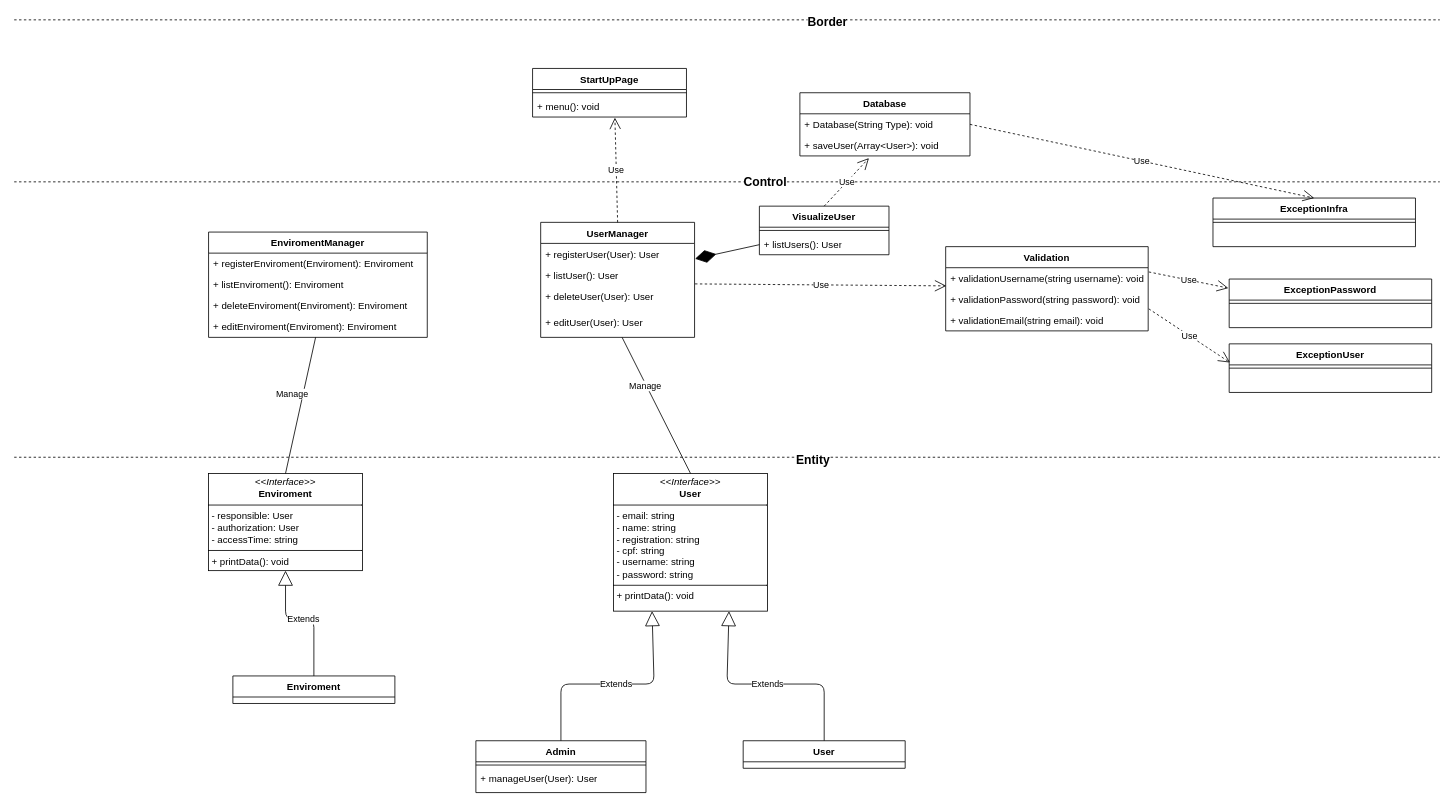
The draw.io diagram diagramas/Diagrama de Classe.drawio in thiagobonfim0310/SmartLock, before the edit. Source tidied: cells renumbered, new cells numbered last; positions are measured from the earlier drawing's top-left corner, leaving out a move shared by most shapes. Both pictures are drawn from the tidied source at 81%, with x=0, y=0 at pixel (14, 19).
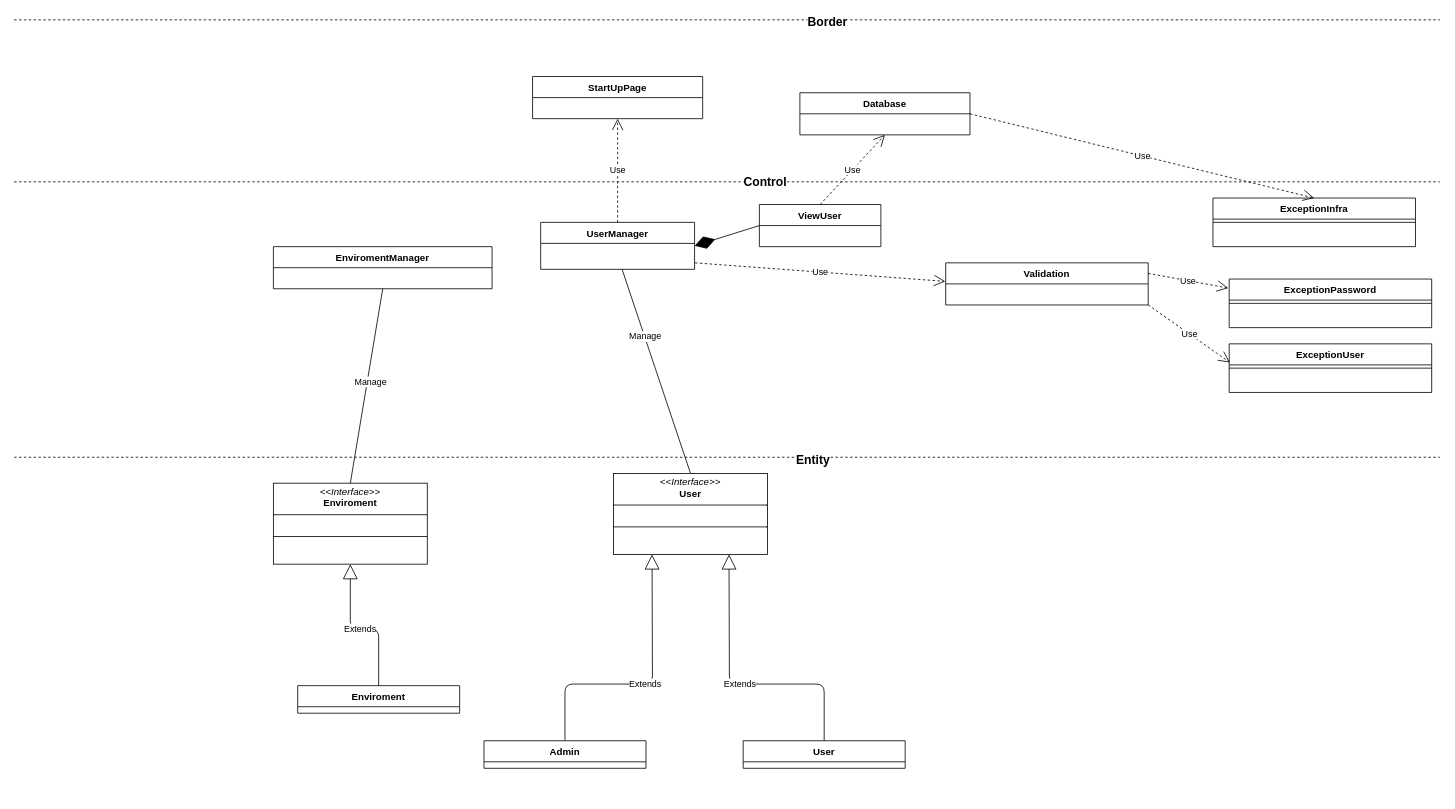
Above is the later version.

Commit message (it also covers changes not shown here):
Atualização dos diagramas de classe e casos de uso

Unchanged cells that the change refers to:
```xml
<mxCell id="14" value="User" style="swimlane;fontStyle=1;align=center;verticalAlign=top;horizontal=1;startSize=26;whiteSpace=wrap;html=1;" parent="1" vertex="1">
  <mxGeometry x="900" y="890" width="200" height="34" as="geometry" />
</mxCell>
<mxCell id="22" value="ExceptionInfra" style="swimlane;fontStyle=1;align=center;verticalAlign=top;horizontal=1;startSize=26;whiteSpace=wrap;html=1;" parent="1" vertex="1">
  <mxGeometry x="1480" y="220" width="250" height="60" as="geometry" />
</mxCell>
<mxCell id="26" value="ExceptionPassword" style="swimlane;fontStyle=1;align=center;verticalAlign=top;horizontal=1;startSize=26;whiteSpace=wrap;html=1;" parent="1" vertex="1">
  <mxGeometry x="1500" y="320" width="250" height="60" as="geometry" />
</mxCell>
<mxCell id="29" value="ExceptionUser" style="swimlane;fontStyle=1;align=center;verticalAlign=top;horizontal=1;startSize=26;whiteSpace=wrap;html=1;" parent="1" vertex="1">
  <mxGeometry x="1500" y="400" width="250" height="60" as="geometry" />
</mxCell>
```

Diff of the diagram source:
```diff
@@
-    <mxCell id="2" value="&lt;p style=&quot;margin:0px;margin-top:4px;text-align:center;&quot;&gt;&lt;i&gt;&amp;lt;&amp;lt;Interface&amp;gt;&amp;gt;&lt;/i&gt;&lt;br&gt;&lt;b&gt;User&lt;/b&gt;&lt;/p&gt;&lt;hr size=&quot;1&quot; style=&quot;border-style:solid;&quot;&gt;&lt;p style=&quot;margin:0px;margin-left:4px;&quot;&gt;- email: string&lt;/p&gt;&lt;p style=&quot;margin:0px;margin-left:4px;&quot;&gt;- name: string&lt;/p&gt;&lt;p style=&quot;margin:0px;margin-left:4px;&quot;&gt;- registration: string&lt;br&gt;&lt;/p&gt;&lt;p style=&quot;margin:0px;margin-left:4px;&quot;&gt;- cpf: string&lt;/p&gt;&lt;p style=&quot;margin:0px;margin-left:4px;&quot;&gt;- username: string&lt;/p&gt;&lt;p style=&quot;margin:0px;margin-left:4px;&quot;&gt;- password: string&lt;/p&gt;&lt;hr size=&quot;1&quot; style=&quot;border-style:solid;&quot;&gt;&lt;p style=&quot;margin:0px;margin-left:4px;&quot;&gt;+ printData(): void&lt;br&gt;&lt;/p&gt;" style="verticalAlign=top;align=left;overflow=fill;html=1;whiteSpace=wrap;" parent="1" vertex="1">
-      <mxGeometry x="740" y="560" width="190" height="170" as="geometry" />
+    <mxCell id="2" value="&lt;p style=&quot;margin:0px;margin-top:4px;text-align:center;&quot;&gt;&lt;i&gt;&amp;lt;&amp;lt;Interface&amp;gt;&amp;gt;&lt;/i&gt;&lt;br&gt;&lt;b&gt;User&lt;/b&gt;&lt;/p&gt;&lt;hr size=&quot;1&quot; style=&quot;border-style:solid;&quot;&gt;&lt;p style=&quot;margin:0px;margin-left:4px;&quot;&gt;&lt;br&gt;&lt;/p&gt;&lt;hr size=&quot;1&quot; style=&quot;border-style:solid;&quot;&gt;&lt;p style=&quot;margin:0px;margin-left:4px;&quot;&gt;&lt;br&gt;&lt;/p&gt;" style="verticalAlign=top;align=left;overflow=fill;html=1;whiteSpace=wrap;" parent="1" vertex="1">
+      <mxGeometry x="740" y="560" width="190" height="100" as="geometry" />
     </mxCell>
@@
-    <mxCell id="5" style="endArrow=none;endFill=0;endSize=12;html=1;rounded=0;entryX=0.5;entryY=0;entryDx=0;entryDy=0;exitX=0.529;exitY=1;exitDx=0;exitDy=0;exitPerimeter=0;" parent="1" edge="1" source="48" target="2">
-      <mxGeometry relative="1" as="geometry" />
+    <mxCell id="5" style="endArrow=none;endFill=0;endSize=12;html=1;rounded=0;entryX=0.5;entryY=0;entryDx=0;entryDy=0;exitX=0.529;exitY=1;exitDx=0;exitDy=0;exitPerimeter=0;" parent="1" edge="1" target="2">
+      <mxGeometry relative="1" as="geometry">
+        <mxPoint x="750.5" y="308" as="sourcePoint" />
+      </mxGeometry>
     </mxCell>
@@
-    <mxCell id="11" value="Admin" style="swimlane;fontStyle=1;align=center;verticalAlign=top;horizontal=1;startSize=26;whiteSpace=wrap;html=1;" parent="1" vertex="1">
-      <mxGeometry x="570" y="890" width="210" height="64" as="geometry" />
-    </mxCell>
-    <mxCell id="12" style="line;strokeWidth=1;fillColor=none;align=left;verticalAlign=middle;spacingTop=-1;spacingLeft=3;spacingRight=3;labelPosition=right;strokeColor=inherit;" parent="11" vertex="1">
-      <mxGeometry y="26" width="210" height="8" as="geometry" />
-    </mxCell>
-    <mxCell id="13" value="+ manageUser(User): User" style="text;strokeColor=none;fillColor=none;align=left;verticalAlign=top;spacingLeft=4;spacingRight=4;overflow=hidden;whiteSpace=wrap;html=1;" parent="11" vertex="1">
-      <mxGeometry y="34" width="210" height="30" as="geometry" />
-    </mxCell>
@@
-    <mxCell id="15" value="StartUpPage" style="swimlane;fontStyle=1;align=center;verticalAlign=top;horizontal=1;startSize=26;whiteSpace=wrap;html=1;" parent="1" vertex="1">
-      <mxGeometry x="640" y="60" width="190" height="60" as="geometry" />
-    </mxCell>
-    <mxCell id="16" style="line;strokeWidth=1;fillColor=none;align=left;verticalAlign=middle;spacingTop=-1;spacingLeft=3;spacingRight=3;labelPosition=right;strokeColor=inherit;" parent="15" vertex="1">
-      <mxGeometry y="26" width="190" height="8" as="geometry" />
-    </mxCell>
-    <mxCell id="17" value="+ menu(): void" style="text;strokeColor=none;fillColor=none;align=left;verticalAlign=top;spacingLeft=4;spacingRight=4;overflow=hidden;points=[[0,0.5],[1,0.5]];portConstraint=eastwest;whiteSpace=wrap;html=1;" parent="15" vertex="1">
-      <mxGeometry y="34" width="190" height="26" as="geometry" />
-    </mxCell>
-    <mxCell id="18" value="VisualizeUser" style="swimlane;fontStyle=1;align=center;verticalAlign=top;horizontal=1;startSize=26;whiteSpace=wrap;html=1;" parent="1" vertex="1">
-      <mxGeometry x="920" y="230" width="160" height="60" as="geometry" />
-    </mxCell>
-    <mxCell id="19" style="line;strokeWidth=1;fillColor=none;align=left;verticalAlign=middle;spacingTop=-1;spacingLeft=3;spacingRight=3;labelPosition=right;strokeColor=inherit;" parent="18" vertex="1">
-      <mxGeometry y="26" width="160" height="8" as="geometry" />
-    </mxCell>
-    <mxCell id="20" value="+ listUsers(): User" style="text;strokeColor=none;fillColor=none;align=left;verticalAlign=top;spacingLeft=4;spacingRight=4;overflow=hidden;whiteSpace=wrap;html=1;" parent="18" vertex="1">
-      <mxGeometry y="34" width="160" height="26" as="geometry" />
-    </mxCell>
-    <mxCell id="21" style="endArrow=diamondThin;endFill=1;endSize=24;html=1;rounded=0;entryX=1.003;entryY=0.731;entryDx=0;entryDy=0;entryPerimeter=0;" parent="1" edge="1" source="18" target="45">
+    <mxCell id="21" style="endArrow=diamondThin;endFill=1;endSize=24;html=1;rounded=0;entryX=1;entryY=0.5;entryDx=0;entryDy=0;exitX=0;exitY=0.5;exitDx=0;exitDy=0;" parent="1" edge="1" source="61" target="44">
       <mxGeometry relative="1" as="geometry" />
     </mxCell>
@@
-    <mxCell id="25" value="Use" style="endArrow=open;endSize=12;dashed=1;html=1;rounded=0;exitX=1.003;exitY=0.923;exitDx=0;exitDy=0;entryX=0.003;entryY=0.863;entryDx=0;entryDy=0;entryPerimeter=0;exitPerimeter=0;" parent="1" edge="1" source="46" target="50">
-      <mxGeometry relative="1" as="geometry" />
+    <mxCell id="25" value="Use" style="endArrow=open;endSize=12;dashed=1;html=1;rounded=0;exitX=1.003;exitY=0.923;exitDx=0;exitDy=0;entryX=-0.002;entryY=0.44;entryDx=0;entryDy=0;entryPerimeter=0;exitPerimeter=0;" parent="1" edge="1" target="49">
+      <mxGeometry relative="1" as="geometry">
+        <mxPoint x="840.6" y="300" as="sourcePoint" />
+      </mxGeometry>
     </mxCell>
@@
-    <mxCell id="32" value="Use" style="endArrow=open;endSize=12;dashed=1;html=1;rounded=0;exitX=1;exitY=0.5;exitDx=0;exitDy=0;entryX=0.5;entryY=0;entryDx=0;entryDy=0;" parent="1" edge="1" source="54" target="22">
+    <mxCell id="32" value="Use" style="endArrow=open;endSize=12;dashed=1;html=1;rounded=0;exitX=1;exitY=0.5;exitDx=0;exitDy=0;entryX=0.5;entryY=0;entryDx=0;entryDy=0;" parent="1" edge="1" source="53" target="22">
       <mxGeometry relative="1" as="geometry" />
     </mxCell>
-    <mxCell id="33" value="Use" style="endArrow=open;endSize=12;dashed=1;html=1;rounded=0;exitX=1.003;exitY=0.201;exitDx=0;exitDy=0;entryX=-0.004;entryY=0.186;entryDx=0;entryDy=0;entryPerimeter=0;exitPerimeter=0;" parent="1" edge="1" source="50" target="26">
+    <mxCell id="33" value="Use" style="endArrow=open;endSize=12;dashed=1;html=1;rounded=0;exitX=1;exitY=0.25;exitDx=0;exitDy=0;entryX=-0.004;entryY=0.186;entryDx=0;entryDy=0;entryPerimeter=0;" parent="1" edge="1" source="49" target="26">
       <mxGeometry relative="1" as="geometry" />
     </mxCell>
-    <mxCell id="34" value="Use" style="endArrow=open;endSize=12;dashed=1;html=1;rounded=0;exitX=1.003;exitY=-0.047;exitDx=0;exitDy=0;entryX=0.004;entryY=0.384;entryDx=0;entryDy=0;entryPerimeter=0;exitPerimeter=0;" parent="1" edge="1" source="52" target="29">
+    <mxCell id="34" value="Use" style="endArrow=open;endSize=12;dashed=1;html=1;rounded=0;exitX=1;exitY=1;exitDx=0;exitDy=0;entryX=0.004;entryY=0.384;entryDx=0;entryDy=0;entryPerimeter=0;" parent="1" edge="1" source="49" target="29">
       <mxGeometry relative="1" as="geometry" />
     </mxCell>
-    <mxCell id="35" value="Use" style="endArrow=open;endSize=12;dashed=1;html=1;entryX=0.535;entryY=1.029;entryDx=0;entryDy=0;entryPerimeter=0;exitX=0.5;exitY=0;exitDx=0;exitDy=0;" parent="1" edge="1" source="44" target="17">
+    <mxCell id="35" value="Use" style="endArrow=open;endSize=12;dashed=1;html=1;entryX=0.5;entryY=1;entryDx=0;entryDy=0;exitX=0.5;exitY=0;exitDx=0;exitDy=0;" parent="1" edge="1" source="44" target="15">
       <mxGeometry relative="1" as="geometry" />
     </mxCell>
-    <mxCell id="36" value="Use" style="endArrow=open;endSize=12;dashed=1;html=1;entryX=0.406;entryY=1.103;entryDx=0;entryDy=0;entryPerimeter=0;exitX=0.5;exitY=0;exitDx=0;exitDy=0;" parent="1" edge="1" source="18" target="55">
+    <mxCell id="36" value="Use" style="endArrow=open;endSize=12;dashed=1;html=1;entryX=0.5;entryY=1;entryDx=0;entryDy=0;exitX=0.5;exitY=0;exitDx=0;exitDy=0;" parent="1" edge="1" source="61" target="53">
       <mxGeometry relative="1" as="geometry" />
     </mxCell>
-    <mxCell id="37" value="&lt;p style=&quot;margin:0px;margin-top:4px;text-align:center;&quot;&gt;&lt;i&gt;&amp;lt;&amp;lt;Interface&amp;gt;&amp;gt;&lt;/i&gt;&lt;br&gt;&lt;b&gt;Enviroment&lt;/b&gt;&lt;/p&gt;&lt;hr size=&quot;1&quot; style=&quot;border-style:solid;&quot;&gt;&lt;p style=&quot;margin:0px;margin-left:4px;&quot;&gt;- responsible: User&lt;/p&gt;&lt;p style=&quot;margin:0px;margin-left:4px;&quot;&gt;- authorization: User&lt;/p&gt;&lt;p style=&quot;margin:0px;margin-left:4px;&quot;&gt;- accessTime: string&lt;/p&gt;&lt;hr size=&quot;1&quot; style=&quot;border-style:solid;&quot;&gt;&lt;p style=&quot;margin:0px;margin-left:4px;&quot;&gt;+ printData(): void&lt;br&gt;&lt;/p&gt;" style="verticalAlign=top;align=left;overflow=fill;html=1;whiteSpace=wrap;" parent="1" vertex="1">
-      <mxGeometry x="240" y="560" width="190" height="120" as="geometry" />
+    <mxCell id="37" value="&lt;p style=&quot;margin:0px;margin-top:4px;text-align:center;&quot;&gt;&lt;i&gt;&amp;lt;&amp;lt;Interface&amp;gt;&amp;gt;&lt;/i&gt;&lt;br&gt;&lt;b&gt;Enviroment&lt;/b&gt;&lt;/p&gt;&lt;hr size=&quot;1&quot; style=&quot;border-style:solid;&quot;&gt;&lt;p style=&quot;margin:0px;margin-left:4px;&quot;&gt;&lt;br&gt;&lt;/p&gt;&lt;hr size=&quot;1&quot; style=&quot;border-style:solid;&quot;&gt;&lt;p style=&quot;margin:0px;margin-left:4px;&quot;&gt;&lt;br&gt;&lt;/p&gt;" style="verticalAlign=top;align=left;overflow=fill;html=1;whiteSpace=wrap;" parent="1" vertex="1">
+      <mxGeometry x="320" y="572" width="190" height="100" as="geometry" />
     </mxCell>
     <mxCell id="38" value="Enviroment&lt;br&gt;" style="swimlane;fontStyle=1;align=center;verticalAlign=top;horizontal=1;startSize=26;whiteSpace=wrap;html=1;" parent="1" vertex="1">
-      <mxGeometry x="270" y="810" width="200" height="34" as="geometry" />
+      <mxGeometry x="350" y="822" width="200" height="34" as="geometry" />
     </mxCell>
     <mxCell id="39" value="Extends" style="endArrow=block;endSize=16;endFill=0;html=1;entryX=0.5;entryY=1;entryDx=0;entryDy=0;exitX=0.5;exitY=0;exitDx=0;exitDy=0;" parent="1" edge="1" source="38" target="37">
       <mxGeometry relative="1" as="geometry">
         <Array as="points">
-          <mxPoint x="370" y="740" />
-          <mxPoint x="335" y="740" />
+          <mxPoint x="450" y="752" />
+          <mxPoint x="415" y="752" />
         </Array>
       </mxGeometry>
     </mxCell>
     <mxCell id="40" value="Extends" style="endArrow=block;endSize=16;endFill=0;html=1;entryX=0.25;entryY=1;entryDx=0;entryDy=0;exitX=0.5;exitY=0;exitDx=0;exitDy=0;" parent="1" edge="1" source="11" target="2">
       <mxGeometry relative="1" as="geometry">
         <Array as="points">
-          <mxPoint x="675" y="820" />
-          <mxPoint x="790" y="820" />
+          <mxPoint x="680" y="820" />
+          <mxPoint x="788" y="820" />
         </Array>
       </mxGeometry>
     </mxCell>
     <mxCell id="41" value="Extends" style="endArrow=block;endSize=16;endFill=0;html=1;entryX=0.75;entryY=1;entryDx=0;entryDy=0;exitX=0.5;exitY=0;exitDx=0;exitDy=0;" parent="1" edge="1" source="14" target="2">
       <mxGeometry relative="1" as="geometry">
         <Array as="points">
           <mxPoint x="1000" y="820" />
-          <mxPoint x="880" y="820" />
+          <mxPoint x="883" y="820" />
         </Array>
       </mxGeometry>
     </mxCell>
-    <mxCell id="42" style="endArrow=none;endFill=0;endSize=12;html=1;rounded=0;entryX=0.5;entryY=0;entryDx=0;entryDy=0;" parent="1" edge="1" source="60" target="37">
+    <mxCell id="42" style="endArrow=none;endFill=0;endSize=12;html=1;rounded=0;entryX=0.5;entryY=0;entryDx=0;entryDy=0;exitX=0.5;exitY=1;exitDx=0;exitDy=0;" parent="1" edge="1" source="56" target="37">
       <mxGeometry relative="1" as="geometry" />
     </mxCell>
     <mxCell id="43" value="Manage" style="edgeLabel;html=1;align=center;verticalAlign=middle;" parent="42" vertex="1">
       <mxGeometry x="-0.45" y="2" relative="1" as="geometry">
-        <mxPoint x="-21" y="23" as="offset" />
+        <mxPoint x="-6" y="48" as="offset" />
       </mxGeometry>
     </mxCell>
     <mxCell id="44" value="UserManager" style="swimlane;fontStyle=1;horizontal=1;startSize=26;fillColor=none;" parent="1" vertex="1">
-      <mxGeometry x="650" y="250" width="190" height="142" as="geometry" />
+      <mxGeometry x="650" y="250" width="190" height="58" as="geometry" />
     </mxCell>
-    <mxCell id="45" value="+ registerUser(User): User" style="text;strokeColor=none;fillColor=none;align=left;verticalAlign=top;spacingLeft=4;spacingRight=4;overflow=hidden;points=[[0,0.5],[1,0.5]];portConstraint=eastwest;" parent="44" vertex="1">
-      <mxGeometry y="26" width="190" height="26" as="geometry" />
-    </mxCell>
-    <mxCell id="46" value="+ listUser(): User" style="text;strokeColor=none;fillColor=none;align=left;verticalAlign=top;spacingLeft=4;spacingRight=4;overflow=hidden;points=[[0,0.5],[1,0.5]];portConstraint=eastwest;" parent="44" vertex="1">
-      <mxGeometry y="52" width="190" height="26" as="geometry" />
-    </mxCell>
-    <mxCell id="47" value="+ deleteUser(User): User" style="text;strokeColor=none;fillColor=none;align=left;verticalAlign=top;spacingLeft=4;spacingRight=4;overflow=hidden;" parent="44" vertex="1">
-      <mxGeometry y="78" width="190" height="32" as="geometry" />
-    </mxCell>
-    <mxCell id="48" value="+ editUser(User): User" style="text;strokeColor=none;fillColor=none;align=left;verticalAlign=top;spacingLeft=4;spacingRight=4;overflow=hidden;points=[[0,0.5],[1,0.5]];portConstraint=eastwest;" parent="44" vertex="1">
-      <mxGeometry y="110" width="190" height="32" as="geometry" />
-    </mxCell>
     <mxCell id="49" value="Validation" style="swimlane;fontStyle=1;horizontal=1;startSize=26;fillColor=none;" parent="1" vertex="1">
-      <mxGeometry x="1150" y="280" width="250" height="104" as="geometry" />
+      <mxGeometry x="1150" y="300" width="250" height="52" as="geometry" />
     </mxCell>
-    <mxCell id="50" value="+ validationUsername(string username): void" style="text;strokeColor=none;fillColor=none;align=left;verticalAlign=top;spacingLeft=4;spacingRight=4;overflow=hidden;points=[[0,0.5],[1,0.5]];portConstraint=eastwest;" parent="49" vertex="1">
-      <mxGeometry y="26" width="250" height="26" as="geometry" />
-    </mxCell>
-    <mxCell id="51" value="+ validationPassword(string password): void" style="text;strokeColor=none;fillColor=none;align=left;verticalAlign=top;spacingLeft=4;spacingRight=4;overflow=hidden;" parent="49" vertex="1">
-      <mxGeometry y="52" width="250" height="26" as="geometry" />
-    </mxCell>
-    <mxCell id="52" value="+ validationEmail(string email): void" style="text;strokeColor=none;fillColor=none;align=left;verticalAlign=top;spacingLeft=4;spacingRight=4;overflow=hidden;points=[[0,0.5],[1,0.5]];portConstraint=eastwest;" parent="49" vertex="1">
-      <mxGeometry y="78" width="250" height="26" as="geometry" />
-    </mxCell>
     <mxCell id="53" value="Database" style="swimlane;fontStyle=1;horizontal=1;startSize=26;fillColor=none;" parent="1" vertex="1">
-      <mxGeometry x="970" y="90" width="210" height="78" as="geometry" />
+      <mxGeometry x="970" y="90" width="210" height="52" as="geometry" />
     </mxCell>
-    <mxCell id="54" value="+ Database(String Type): void" style="text;strokeColor=none;fillColor=none;align=left;verticalAlign=top;spacingLeft=4;spacingRight=4;overflow=hidden;points=[[0,0.5],[1,0.5]];portConstraint=eastwest;" parent="53" vertex="1">
-      <mxGeometry y="26" width="210" height="26" as="geometry" />
-    </mxCell>
-    <mxCell id="55" value="+ saveUser(Array&lt;User&gt;): void" style="text;strokeColor=none;fillColor=none;align=left;verticalAlign=top;spacingLeft=4;spacingRight=4;overflow=hidden;points=[[0,0.5],[1,0.5]];portConstraint=eastwest;" parent="53" vertex="1">
-      <mxGeometry y="52" width="210" height="26" as="geometry" />
-    </mxCell>
     <mxCell id="56" value="EnviromentManager" style="swimlane;fontStyle=1;horizontal=1;startSize=26;fillColor=none;" parent="1" vertex="1">
-      <mxGeometry x="240" y="262" width="270" height="130" as="geometry" />
+      <mxGeometry x="320" y="280" width="270" height="52" as="geometry" />
     </mxCell>
-    <mxCell id="57" value="+ registerEnviroment(Enviroment): Enviroment" style="text;strokeColor=none;fillColor=none;align=left;verticalAlign=top;spacingLeft=4;spacingRight=4;overflow=hidden;" parent="56" vertex="1">
-      <mxGeometry y="26" width="270" height="26" as="geometry" />
-    </mxCell>
-    <mxCell id="58" value="+ listEnviroment(): Enviroment" style="text;strokeColor=none;fillColor=none;align=left;verticalAlign=top;spacingLeft=4;spacingRight=4;overflow=hidden;" parent="56" vertex="1">
-      <mxGeometry y="52" width="270" height="26" as="geometry" />
-    </mxCell>
-    <mxCell id="59" value="+ deleteEnviroment(Enviroment): Enviroment" style="text;strokeColor=none;fillColor=none;align=left;verticalAlign=top;spacingLeft=4;spacingRight=4;overflow=hidden;" parent="56" vertex="1">
-      <mxGeometry y="78" width="270" height="26" as="geometry" />
-    </mxCell>
-    <mxCell id="60" value="+ editEnviroment(Enviroment): Enviroment" style="text;strokeColor=none;fillColor=none;align=left;verticalAlign=top;spacingLeft=4;spacingRight=4;overflow=hidden;points=[[0,0.5],[1,0.5]];portConstraint=eastwest;" parent="56" vertex="1">
-      <mxGeometry y="104" width="270" height="26" as="geometry" />
-    </mxCell>
+    <mxCell id="61" value="ViewUser" style="swimlane;fontStyle=1;horizontal=1;startSize=26;fillColor=none;" parent="1" vertex="1">
+      <mxGeometry x="920" y="228" width="150" height="52" as="geometry" />
+    </mxCell>
+    <mxCell id="11" value="Admin" style="swimlane;fontStyle=1;align=center;verticalAlign=top;horizontal=1;startSize=26;whiteSpace=wrap;html=1;" parent="1" vertex="1">
+      <mxGeometry x="580" y="890" width="200" height="34" as="geometry" />
+    </mxCell>
+    <mxCell id="15" value="StartUpPage" style="swimlane;fontStyle=1;horizontal=1;startSize=26;fillColor=none;" parent="1" vertex="1">
+      <mxGeometry x="640" y="70" width="210" height="52" as="geometry" />
+    </mxCell>
```
